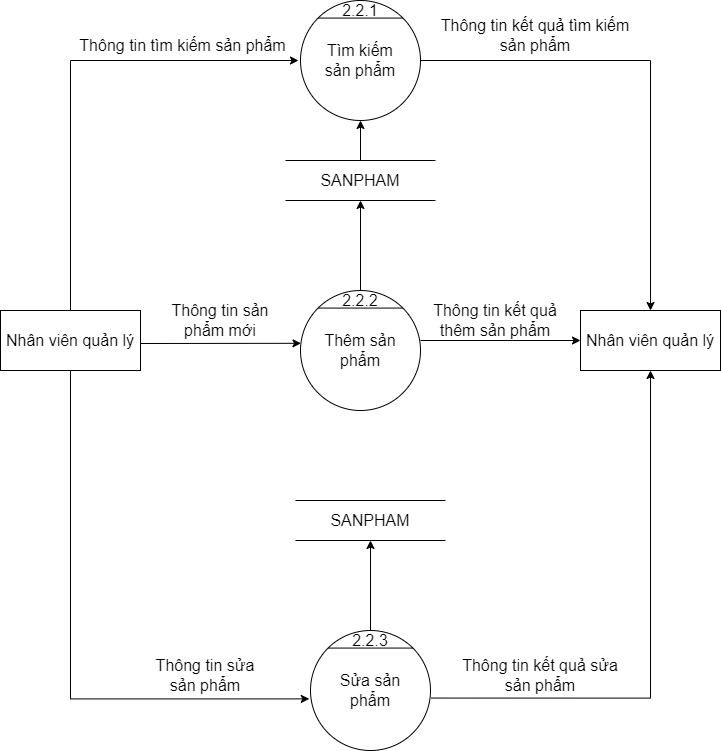
Earlier version of the draw.io export BFD&DFD/BFD&DFD mức 0, 1, 2, 3/DFD_2_QLSP.png (hungtadasuke/CoffeShop_SoftwareTechnology). Source tidied: cells renumbered, new cells last; positions are measured from the earlier drawing's top-left corner, leaving out a move shared by most shapes.
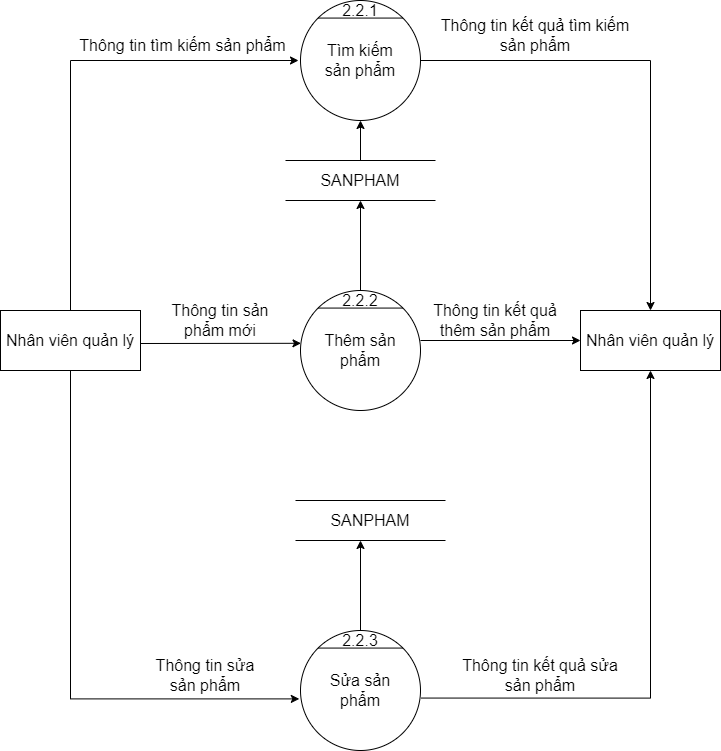
After the change.

The edit, as a diff of the source:
```diff
@@ -21,13 +21,13 @@
       <mxGeometry x="320" y="335" width="80" height="30" as="geometry" />
     </mxCell>
     <mxCell id="8" style="ellipse;whiteSpace=wrap;html=1;fontSize=16;" parent="1" vertex="1">
-      <mxGeometry x="310" y="630" width="120" height="120" as="geometry" />
+      <mxGeometry x="300" y="630" width="120" height="120" as="geometry" />
     </mxCell>
     <mxCell id="9" style="endArrow=none;html=1;rounded=0;exitX=0;exitY=0;exitDx=0;exitDy=0;entryX=1;entryY=0;entryDx=0;entryDy=0;fontSize=16;" parent="1" edge="1" source="8" target="8">
       <mxGeometry relative="1" as="geometry" />
     </mxCell>
     <mxCell id="10" value="&lt;font style=&quot;font-size: 16px&quot;&gt;Sửa sản phẩm&lt;/font&gt;" style="text;html=1;strokeColor=none;fillColor=none;align=center;verticalAlign=middle;whiteSpace=wrap;rounded=0;fontSize=16;" parent="1" vertex="1">
-      <mxGeometry x="330" y="675" width="80" height="30" as="geometry" />
+      <mxGeometry x="320" y="675" width="80" height="30" as="geometry" />
     </mxCell>
     <mxCell id="11" value="Nhân viên quản lý" style="rounded=0;whiteSpace=wrap;html=1;fontSize=16;" parent="1" vertex="1">
       <mxGeometry y="310" width="140" height="60" as="geometry" />
@@ -42,7 +42,7 @@
       <mxGeometry x="340" y="290" width="40" height="20" as="geometry" />
     </mxCell>
     <mxCell id="15" value="&lt;font style=&quot;font-size: 16px&quot;&gt;2.2.3&lt;/font&gt;" style="text;html=1;strokeColor=none;fillColor=none;align=center;verticalAlign=middle;whiteSpace=wrap;rounded=0;" parent="1" vertex="1">
-      <mxGeometry x="340" y="630" width="60" height="20" as="geometry" />
+      <mxGeometry x="330" y="630" width="60" height="20" as="geometry" />
     </mxCell>
     <mxCell id="16" style="edgeStyle=segmentEdgeStyle;endArrow=classic;html=1;rounded=0;fontSize=16;exitX=0.5;exitY=0;exitDx=0;exitDy=0;" parent="1" edge="1" source="11">
       <mxGeometry relative="1" as="geometry">
@@ -98,8 +98,10 @@
     <mxCell id="27" style="endArrow=classic;html=1;rounded=0;fontSize=16;entryX=0.5;entryY=1;entryDx=0;entryDy=0;exitX=0.5;exitY=0;exitDx=0;exitDy=0;" parent="1" edge="1" source="14" target="22">
       <mxGeometry relative="1" as="geometry" />
     </mxCell>
-    <mxCell id="28" style="endArrow=classic;html=1;rounded=0;fontSize=16;entryX=0.5;entryY=1;entryDx=0;entryDy=0;exitX=0.5;exitY=0;exitDx=0;exitDy=0;" parent="1" edge="1" source="15" target="25">
-      <mxGeometry relative="1" as="geometry" />
+    <mxCell id="28" style="endArrow=classic;html=1;rounded=0;fontSize=16;exitX=0.5;exitY=0;exitDx=0;exitDy=0;" parent="1" edge="1" source="15">
+      <mxGeometry relative="1" as="geometry">
+        <mxPoint x="360" y="540" as="targetPoint" />
+      </mxGeometry>
     </mxCell>
     <mxCell id="29" value="Thông tin sản phẩm mới" style="text;html=1;strokeColor=none;fillColor=none;align=center;verticalAlign=middle;whiteSpace=wrap;rounded=0;fontSize=16;" parent="1" vertex="1">
       <mxGeometry x="155" y="305" width="130" height="30" as="geometry" />
```
